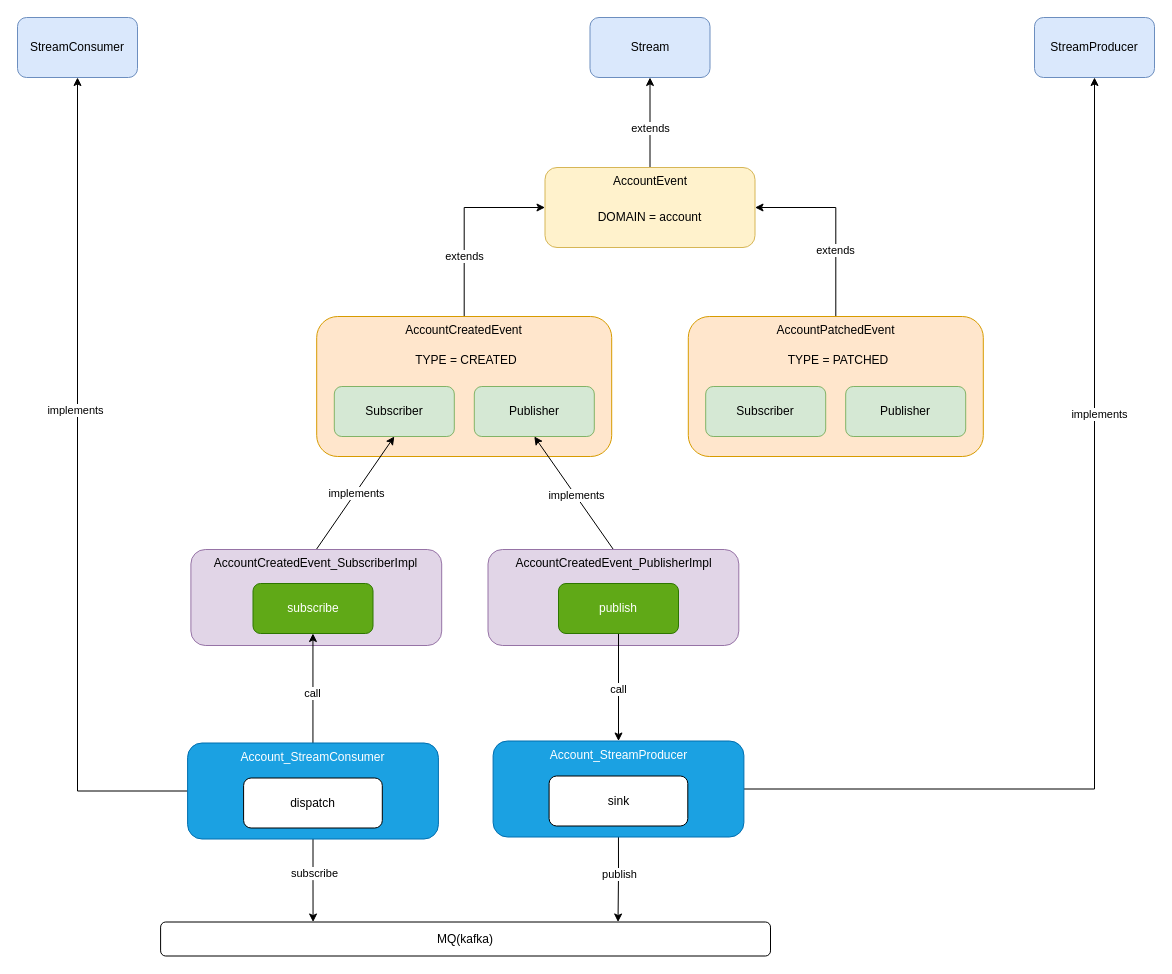
Above: docs/stream.drawio in evan-qianjh/ryzen (draw.io), before the change. Source tidied: cells renumbered, new cells numbered last; positions are measured from the earlier drawing's top-left corner, leaving out a move shared by most shapes. Both pictures are drawn from the tidied source at 100%, with x=0, y=0 at pixel (17, 17).
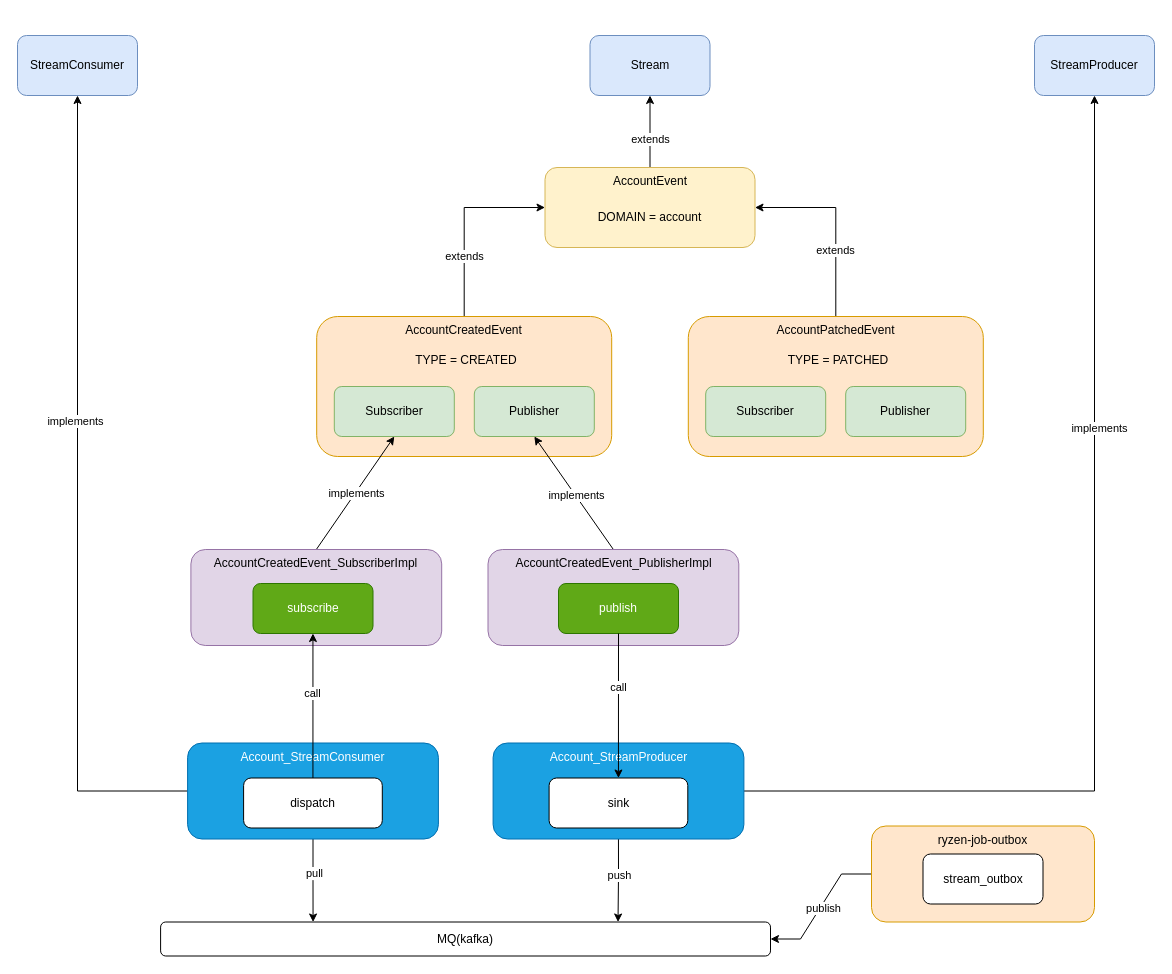
The same diagram, later.

The change refers to these unchanged cells:
```xml
<mxCell id="19" value="subscribe" style="rounded=1;whiteSpace=wrap;html=1;fillColor=#60a917;fontColor=#ffffff;strokeColor=#2D7600;" parent="1" vertex="1">
  <mxGeometry x="235.5" y="566" width="120" height="50" as="geometry" />
</mxCell>
<mxCell id="34" value="publish" style="rounded=1;whiteSpace=wrap;html=1;fillColor=#60a917;fontColor=#ffffff;strokeColor=#2D7600;" parent="1" vertex="1">
  <mxGeometry x="541" y="566" width="120" height="50" as="geometry" />
</mxCell>
<mxCell id="35" value="MQ(kafka)" style="rounded=1;whiteSpace=wrap;html=1;" parent="1" vertex="1">
  <mxGeometry x="143.1" y="904.5" width="609.9" height="34" as="geometry" />
</mxCell>
<mxCell id="36" style="rounded=0;jettySize=auto;html=1;exitX=0.5;exitY=1;exitDx=0;exitDy=0;entryX=0.25;entryY=0;entryDx=0;entryDy=0;edgeStyle=orthogonalEdgeStyle;" parent="1" edge="1" source="43" target="35">
  <mxGeometry relative="1" as="geometry" />
</mxCell>
<mxCell id="38" style="rounded=0;jettySize=auto;html=1;exitX=0.5;exitY=1;exitDx=0;exitDy=0;entryX=0.75;entryY=0;entryDx=0;entryDy=0;edgeStyle=orthogonalEdgeStyle;" parent="1" edge="1" source="47" target="35">
  <mxGeometry relative="1" as="geometry" />
</mxCell>
<mxCell id="44" value="dispatch" style="rounded=1;whiteSpace=wrap;html=1;" parent="42" vertex="1">
  <mxGeometry x="56" y="35" width="138.7" height="50" as="geometry" />
</mxCell>
```

What changed in the source:
```diff
@@
     <mxCell id="2" value="Stream" style="rounded=1;whiteSpace=wrap;html=1;fillColor=#dae8fc;strokeColor=#6c8ebf;" parent="1" vertex="1">
-      <mxGeometry x="572.5" width="120" height="60" as="geometry" />
+      <mxGeometry x="572.5" y="18" width="120" height="60" as="geometry" />
     </mxCell>
@@
     <mxCell id="13" value="StreamConsumer" style="rounded=1;whiteSpace=wrap;html=1;fillColor=#dae8fc;strokeColor=#6c8ebf;" parent="1" vertex="1">
-      <mxGeometry width="120" height="60" as="geometry" />
+      <mxGeometry y="18" width="120" height="60" as="geometry" />
     </mxCell>
@@
     <mxCell id="26" value="StreamProducer" style="rounded=1;whiteSpace=wrap;html=1;fillColor=#dae8fc;strokeColor=#6c8ebf;" parent="1" vertex="1">
-      <mxGeometry x="1017" width="120" height="60" as="geometry" />
+      <mxGeometry x="1017" y="18" width="120" height="60" as="geometry" />
     </mxCell>
@@
-    <mxCell id="32" style="edgeStyle=orthogonalEdgeStyle;rounded=0;jettySize=auto;html=1;exitX=0.5;exitY=1;exitDx=0;exitDy=0;entryX=0.5;entryY=0;entryDx=0;entryDy=0;" parent="1" edge="1" source="34" target="46">
-      <mxGeometry relative="1" as="geometry" />
-    </mxCell>
-    <mxCell id="33" value="call" style="edgeLabel;html=1;align=center;verticalAlign=middle;" parent="32" vertex="1">
-      <mxGeometry y="-1" relative="1" as="geometry">
-        <mxPoint y="1" as="offset" />
-      </mxGeometry>
-    </mxCell>
@@
-    <mxCell id="37" value="subscribe" style="edgeLabel;html=1;align=center;verticalAlign=middle;" parent="36" vertex="1">
+    <mxCell id="37" value="pull" style="edgeLabel;html=1;align=center;verticalAlign=middle;" parent="36" vertex="1">
       <mxGeometry x="-0.17" y="1" relative="1" as="geometry" />
     </mxCell>
@@
-    <mxCell id="39" value="publish" style="edgeLabel;html=1;align=center;verticalAlign=middle;" parent="38" vertex="1">
+    <mxCell id="39" value="push" style="edgeLabel;html=1;align=center;verticalAlign=middle;" parent="38" vertex="1">
       <mxGeometry x="0.05" relative="1" as="geometry">
         <mxPoint x="1" y="-2" as="offset" />
       </mxGeometry>
     </mxCell>
-    <mxCell id="40" style="edgeStyle=orthogonalEdgeStyle;rounded=0;jettySize=auto;html=1;exitX=0.5;exitY=0;exitDx=0;exitDy=0;shadow=0;" parent="1" edge="1" source="44" target="19">
-      <mxGeometry relative="1" as="geometry" />
-    </mxCell>
-    <mxCell id="41" value="call" style="edgeLabel;html=1;align=center;verticalAlign=middle;" parent="40" vertex="1">
-      <mxGeometry x="-0.13" y="-1" relative="1" as="geometry">
-        <mxPoint x="-2" y="-22" as="offset" />
-      </mxGeometry>
-    </mxCell>
@@
-    <mxCell id="45" style="group;" parent="1" vertex="1">
-      <mxGeometry x="475.6" y="723.5" width="250.8" height="96" as="geometry" />
-    </mxCell>
+    <mxCell id="48" style="edgeStyle=entityRelationEdgeStyle;rounded=0;jettySize=auto;html=1;exitX=0;exitY=0.5;exitDx=0;exitDy=0;" parent="1" edge="1" source="50" target="35">
+      <mxGeometry relative="1" as="geometry" />
+    </mxCell>
+    <mxCell id="49" value="publish" style="edgeLabel;html=1;align=center;verticalAlign=middle;" parent="48" vertex="1">
+      <mxGeometry x="-0.17" y="3" relative="1" as="geometry">
+        <mxPoint x="-7" y="10" as="offset" />
+      </mxGeometry>
+    </mxCell>
+    <mxCell id="50" value="ryzen-job-outbox" style="rounded=1;whiteSpace=wrap;html=1;verticalAlign=top;fillColor=#ffe6cc;strokeColor=#d79b00;" parent="1" vertex="1">
+      <mxGeometry x="854" y="808.5" width="223" height="96" as="geometry" />
+    </mxCell>
+    <mxCell id="51" value="stream_outbox" style="rounded=1;whiteSpace=wrap;html=1;" parent="1" vertex="1">
+      <mxGeometry x="905.5" y="836.5" width="120" height="50" as="geometry" />
+    </mxCell>
+    <mxCell id="52" style="group;" parent="1" vertex="1">
+      <mxGeometry x="475.6" y="725.5" width="250.8" height="96" as="geometry" />
+    </mxCell>
-    <mxCell id="46" value="Account_StreamProducer" style="rounded=1;whiteSpace=wrap;html=1;verticalAlign=top;fillColor=#1ba1e2;strokeColor=#006EAF;fontColor=#ffffff;" parent="45" vertex="1">
+    <mxCell id="46" value="Account_StreamProducer" style="rounded=1;whiteSpace=wrap;html=1;verticalAlign=top;fillColor=#1ba1e2;strokeColor=#006EAF;fontColor=#ffffff;" parent="52" vertex="1">
       <mxGeometry width="250.8" height="96" as="geometry" />
     </mxCell>
-    <mxCell id="47" value="sink" style="rounded=1;whiteSpace=wrap;html=1;" parent="45" vertex="1">
+    <mxCell id="47" value="sink" style="rounded=1;whiteSpace=wrap;html=1;" parent="52" vertex="1">
       <mxGeometry x="56" y="35" width="138.7" height="50" as="geometry" />
     </mxCell>
+    <mxCell id="32" style="edgeStyle=orthogonalEdgeStyle;rounded=0;jettySize=auto;html=1;exitX=0.5;exitY=1;exitDx=0;exitDy=0;entryX=0.5;entryY=0;entryDx=0;entryDy=0;" parent="1" edge="1" source="34" target="47">
+      <mxGeometry relative="1" as="geometry" />
+    </mxCell>
+    <mxCell id="33" value="call" style="edgeLabel;html=1;align=center;verticalAlign=middle;" parent="32" vertex="1">
+      <mxGeometry y="-1" relative="1" as="geometry">
+        <mxPoint x="1" y="-18" as="offset" />
+      </mxGeometry>
+    </mxCell>
+    <mxCell id="40" style="edgeStyle=orthogonalEdgeStyle;rounded=0;jettySize=auto;html=1;exitX=0.5;exitY=0;exitDx=0;exitDy=0;shadow=0;" parent="1" edge="1" source="44" target="19">
+      <mxGeometry relative="1" as="geometry" />
+    </mxCell>
+    <mxCell id="41" value="call" style="edgeLabel;html=1;align=center;verticalAlign=middle;" parent="40" vertex="1">
+      <mxGeometry x="-0.13" y="-1" relative="1" as="geometry">
+        <mxPoint x="-2" y="-22" as="offset" />
+      </mxGeometry>
+    </mxCell>
```
